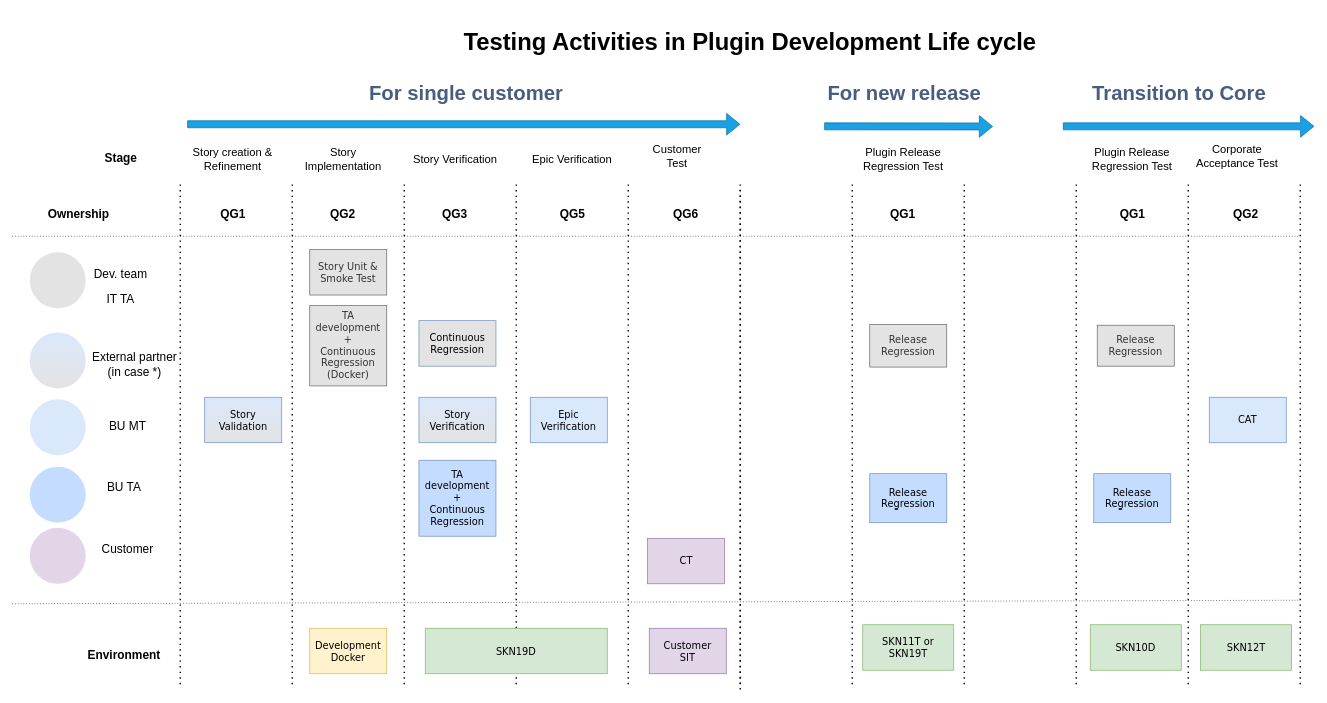
The draw.io diagram Plugin Testing.drawio in AndriiRatushnyi/Andrii.Ratushnyi, before the edit. Source tidied: cells renumbered, new cells numbered last; positions are measured from the earlier drawing's top-left corner, leaving out a move shared by most shapes. Both pictures are drawn from the tidied source at 70%, with x=0, y=0 at pixel (12, 19).
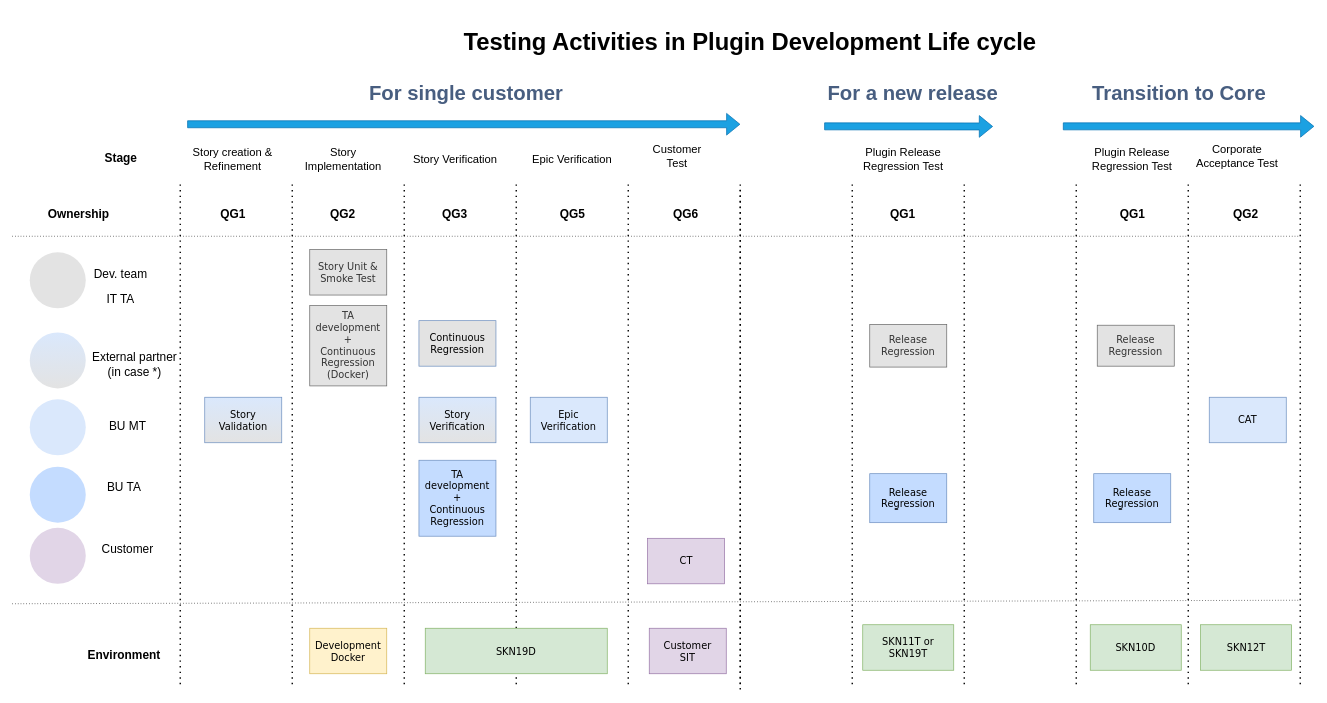
The same diagram, later.

What changed in the source:
```diff
@@
-    <mxCell id="57" value="&lt;h1 style=&quot;font-size: 29px&quot;&gt;For new release&lt;br style=&quot;font-size: 29px&quot;&gt;&lt;/h1&gt;" style="text;html=1;strokeColor=none;fillColor=none;spacing=5;spacingTop=-20;whiteSpace=wrap;overflow=hidden;rounded=0;fontSize=29;verticalAlign=top;fontColor=#485E80;" parent="1" vertex="1">
+    <mxCell id="57" value="&lt;h1 style=&quot;font-size: 29px&quot;&gt;For a new release&lt;br style=&quot;font-size: 29px&quot;&gt;&lt;/h1&gt;" style="text;html=1;strokeColor=none;fillColor=none;spacing=5;spacingTop=-20;whiteSpace=wrap;overflow=hidden;rounded=0;fontSize=29;verticalAlign=top;fontColor=#485E80;" parent="1" vertex="1">
       <mxGeometry x="1160" y="80" width="290" height="70" as="geometry" />
     </mxCell>
```
